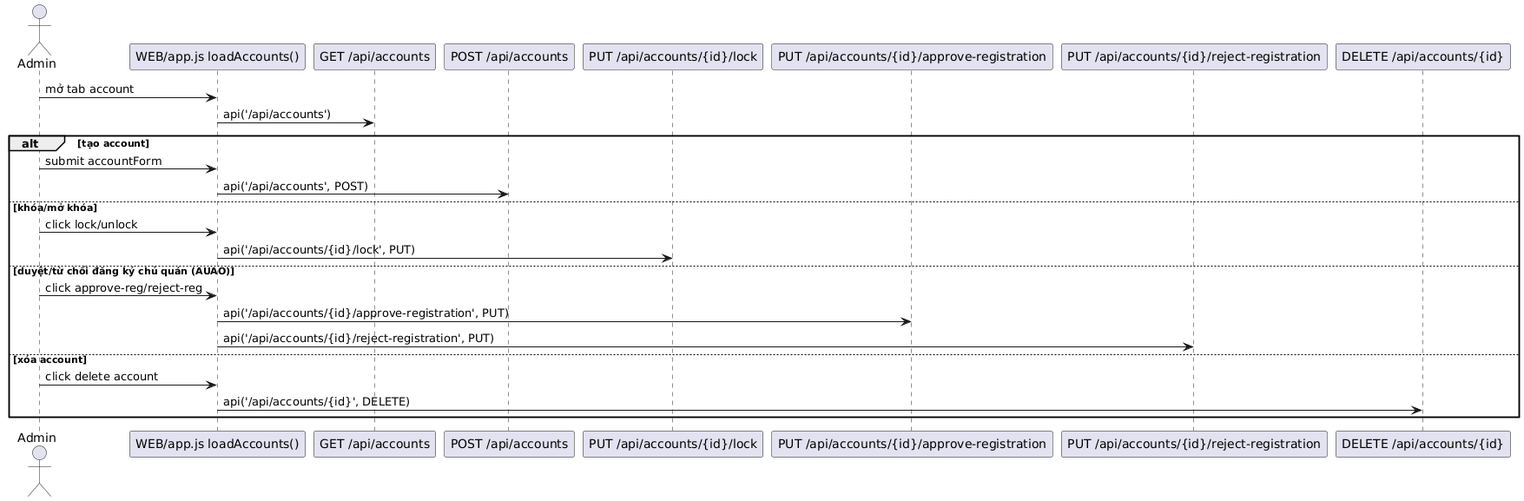
Before: Diagrams/SE Admin QuanLyTaiKhoan.png, a diagram exported from PlantUML (hoangtri22/TravelGuide).
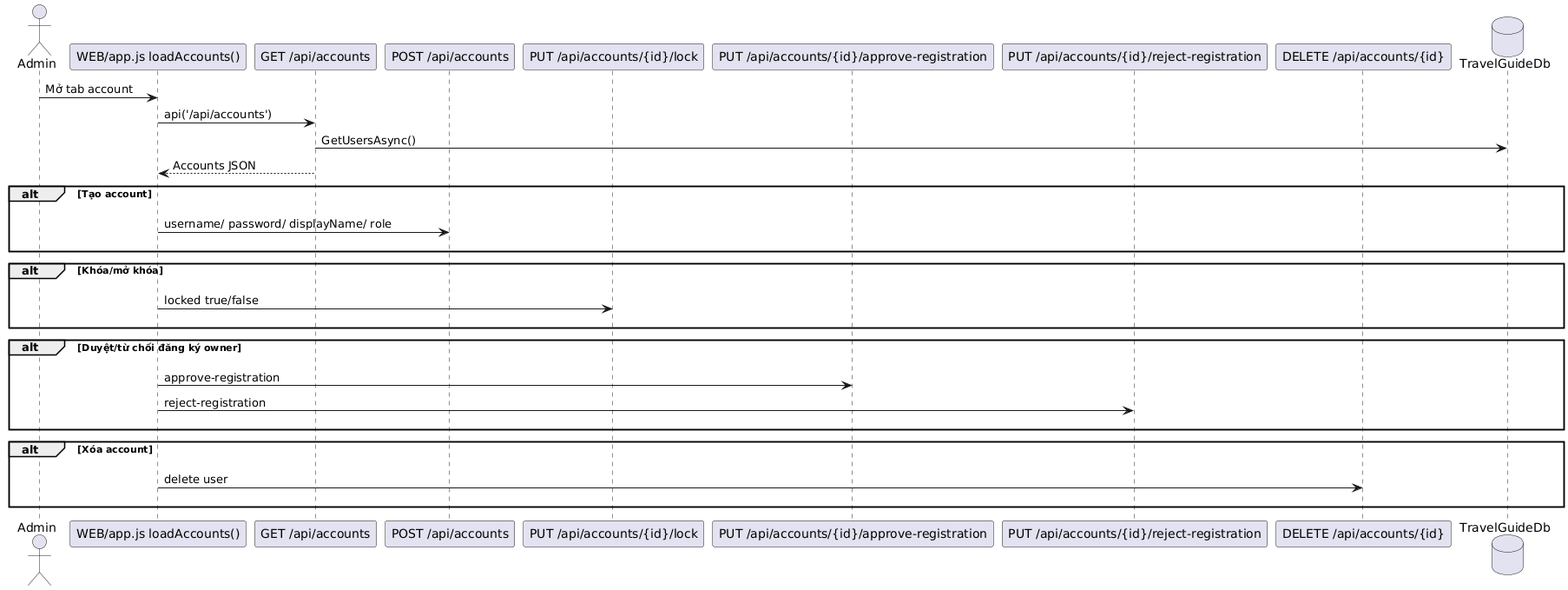
Above is the later version.

Diff of the diagram source:
```diff
@@ -1,27 +1,36 @@
 @startuml
-actor "Admin" as A
-participant "WEB/app.js loadAccounts()" as JS
-participant "GET /api/accounts" as GETACC
-participant "POST /api/accounts" as POSTACC
+actor Admin as A
+participant "WEB/app.js loadAccounts()" as FE
+participant "GET /api/accounts" as GET
+participant "POST /api/accounts" as POST
 participant "PUT /api/accounts/{id}/lock" as LOCK
-participant "PUT /api/accounts/{id}/approve-registration" as APR
-participant "PUT /api/accounts/{id}/reject-registration" as RJR
-participant "DELETE /api/accounts/{id}" as DELACC
-
-A -> JS: mở tab account
-JS -> GETACC: api('/api/accounts')
-alt tạo account
-  A -> JS: submit accountForm
-  JS -> POSTACC: api('/api/accounts', POST)
-else khóa/mở khóa
-  A -> JS: click lock/unlock
-  JS -> LOCK: api('/api/accounts/{id}/lock', PUT)
-else duyệt/từ chối đăng ký chủ quán (AUAO)
-  A -> JS: click approve-reg/reject-reg
-  JS -> APR: api('/api/accounts/{id}/approve-registration', PUT)
-  JS -> RJR: api('/api/accounts/{id}/reject-registration', PUT)
-else xóa account
-  A -> JS: click delete account
-  JS -> DELACC: api('/api/accounts/{id}', DELETE)
+participant "PUT /api/accounts/{id}/approve-registration" as APPROVE
+participant "PUT /api/accounts/{id}/reject-registration" as REJECT
+participant "DELETE /api/accounts/{id}" as DELETE
+database "TravelGuideDb" as DB
+A -> FE : Mở tab account
+FE -> GET : api('/api/accounts')
+GET -> DB : GetUsersAsync()
+GET --> FE : Accounts JSON
+alt Tạo account
+  A -[hidden]-> DB
+  FE -> POST : username/ password/ displayName/ role
+  DB -[hidden]-> A
+end
+alt Khóa/mở khóa
+  A -[hidden]-> DB
+  FE -> LOCK : locked true/false
+  DB -[hidden]-> A
+end
+alt Duyệt/từ chối đăng ký owner
+  A -[hidden]-> DB
+  FE -> APPROVE : approve-registration
+  FE -> REJECT : reject-registration
+  DB -[hidden]-> A
+end
+alt Xóa account
+  A -[hidden]-> DB
+  FE -> DELETE : delete user
+  DB -[hidden]-> A
 end
 @enduml
```
